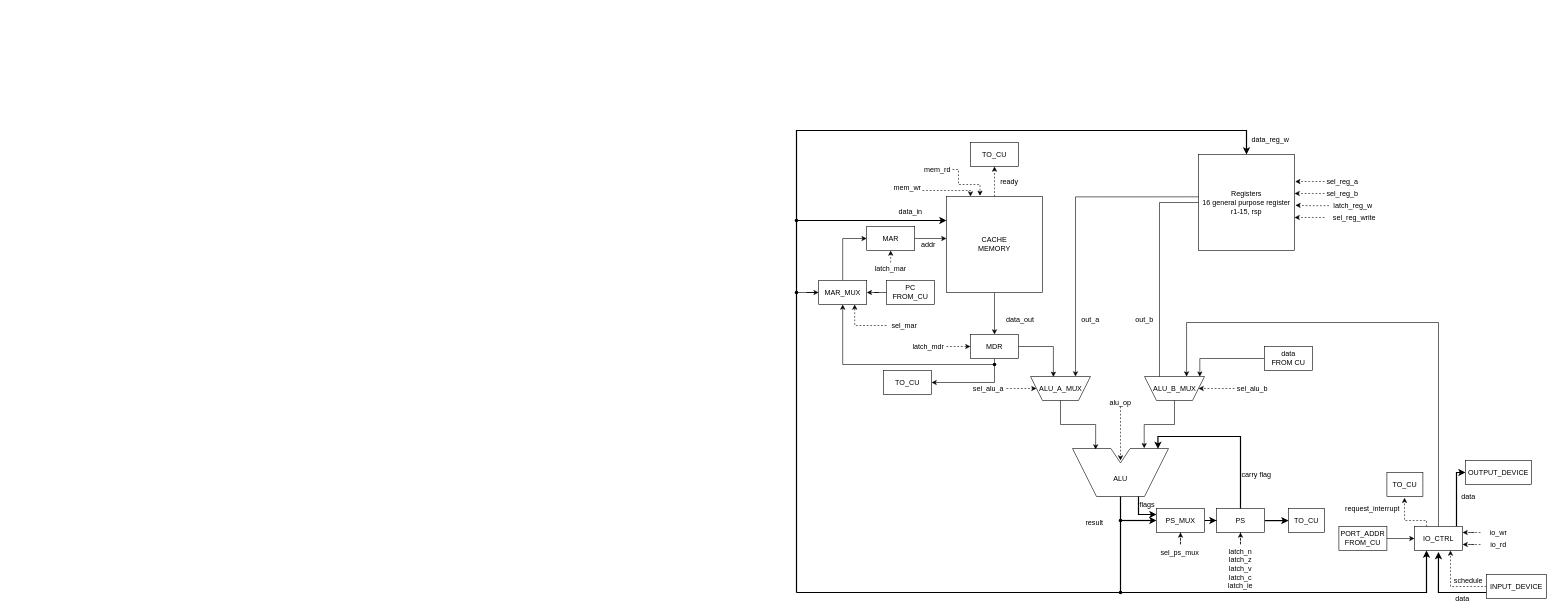
Above: docs/scheme.drawio in Miwm64/ailurus (draw.io), before the change. Source tidied: cells renumbered, new cells numbered last; positions are measured from the earlier drawing's top-left corner, leaving out a move shared by most shapes. Both pictures are drawn from the tidied source at 60%, with x=0, y=0 at pixel (790, 130).
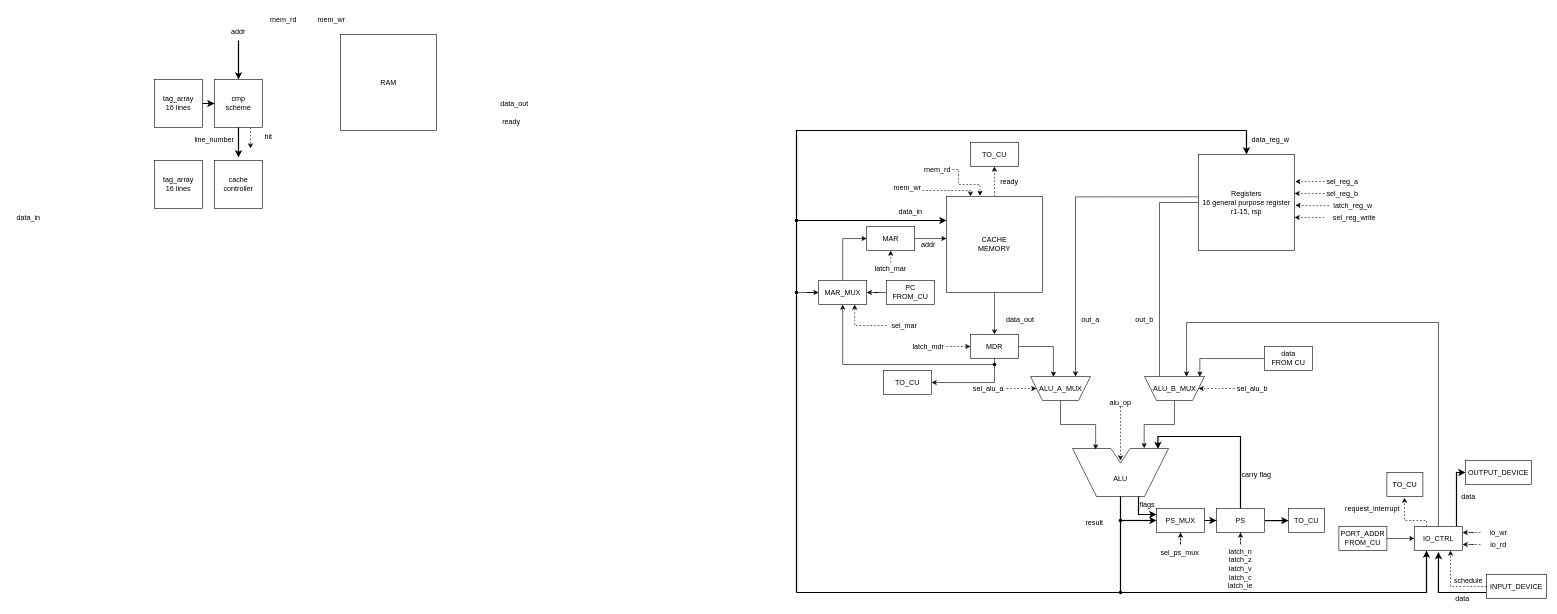
After the change.

Commit message:
docs: init cache scheme

Diff of the diagram source:
```diff
@@
+    <mxCell id="111" value="data_in" style="text;html=1;whiteSpace=wrap;strokeColor=none;fillColor=none;align=center;verticalAlign=middle;rounded=0;" parent="1" vertex="1">
+      <mxGeometry x="-1300" y="130" width="60" height="30" as="geometry" />
+    </mxCell>
+    <mxCell id="112" style="edgeStyle=orthogonalEdgeStyle;rounded=0;jettySize=auto;html=1;entryX=0.5;entryY=0;entryDx=0;entryDy=0;strokeWidth=2;" parent="1" edge="1" source="113" target="122">
+      <mxGeometry relative="1" as="geometry" />
+    </mxCell>
+    <mxCell id="113" value="addr" style="text;html=1;whiteSpace=wrap;strokeColor=none;fillColor=none;align=center;verticalAlign=middle;rounded=0;" parent="1" vertex="1">
+      <mxGeometry x="-950" y="-180" width="60" height="30" as="geometry" />
+    </mxCell>
+    <mxCell id="114" value="mem_rd" style="text;html=1;whiteSpace=wrap;strokeColor=none;fillColor=none;align=center;verticalAlign=middle;rounded=0;" parent="1" vertex="1">
+      <mxGeometry x="-870" y="-200" width="50" height="30" as="geometry" />
+    </mxCell>
+    <mxCell id="115" value="mem_wr" style="text;html=1;whiteSpace=wrap;strokeColor=none;fillColor=none;align=center;verticalAlign=middle;rounded=0;" parent="1" vertex="1">
+      <mxGeometry x="-790" y="-200" width="50" height="30" as="geometry" />
+    </mxCell>
+    <mxCell id="116" value="ready" style="text;html=1;whiteSpace=wrap;strokeColor=none;fillColor=none;align=center;verticalAlign=middle;rounded=0;" parent="1" vertex="1">
+      <mxGeometry x="-490" y="-30" width="50" height="30" as="geometry" />
+    </mxCell>
+    <mxCell id="117" value="data_out" style="text;html=1;whiteSpace=wrap;strokeColor=none;fillColor=none;align=center;verticalAlign=middle;rounded=0;" parent="1" vertex="1">
+      <mxGeometry x="-490" y="-60" width="60" height="30" as="geometry" />
+    </mxCell>
+    <mxCell id="118" value="&lt;div&gt;RAM&lt;/div&gt;" style="rounded=0;whiteSpace=wrap;html=1;" parent="1" vertex="1">
+      <mxGeometry x="-750" y="-160" width="160" height="160" as="geometry" />
+    </mxCell>
+    <mxCell id="119" style="edgeStyle=orthogonalEdgeStyle;rounded=0;jettySize=auto;html=1;entryX=0;entryY=0.5;entryDx=0;entryDy=0;strokeWidth=2;" parent="1" edge="1" source="120" target="122">
+      <mxGeometry relative="1" as="geometry" />
+    </mxCell>
+    <mxCell id="120" value="&lt;div&gt;tag_array&lt;/div&gt;&lt;div&gt;16 lines&lt;/div&gt;" style="rounded=0;whiteSpace=wrap;html=1;" parent="1" vertex="1">
+      <mxGeometry x="-1060" y="-85" width="80" height="80" as="geometry" />
+    </mxCell>
+    <mxCell id="121" style="edgeStyle=orthogonalEdgeStyle;rounded=0;jettySize=auto;html=1;dashed=1;exitX=0.75;exitY=1;exitDx=0;exitDy=0;" parent="1" edge="1" source="122">
+      <mxGeometry relative="1" as="geometry">
+        <mxPoint x="-900" y="30" as="targetPoint" />
+        <Array as="points">
+          <mxPoint x="-900" y="30" />
+        </Array>
+      </mxGeometry>
+    </mxCell>
+    <mxCell id="122" value="&lt;div&gt;cmp&lt;/div&gt;&lt;div&gt;scheme&lt;/div&gt;" style="rounded=0;whiteSpace=wrap;html=1;" parent="1" vertex="1">
+      <mxGeometry x="-960" y="-85" width="80" height="80" as="geometry" />
+    </mxCell>
+    <mxCell id="123" style="edgeStyle=orthogonalEdgeStyle;rounded=0;jettySize=auto;html=1;exitX=0.5;exitY=1;exitDx=0;exitDy=0;strokeWidth=2;" parent="1" edge="1" source="122">
+      <mxGeometry relative="1" as="geometry">
+        <mxPoint x="-920" y="45" as="targetPoint" />
+      </mxGeometry>
+    </mxCell>
+    <mxCell id="124" value="line_number" style="text;html=1;whiteSpace=wrap;strokeColor=none;fillColor=none;align=center;verticalAlign=middle;rounded=0;" parent="1" vertex="1">
+      <mxGeometry x="-990" width="60" height="30" as="geometry" />
+    </mxCell>
+    <mxCell id="125" value="hit" style="text;html=1;whiteSpace=wrap;strokeColor=none;fillColor=none;align=center;verticalAlign=middle;rounded=0;" parent="1" vertex="1">
+      <mxGeometry x="-890" y="-5" width="40" height="30" as="geometry" />
+    </mxCell>
+    <mxCell id="126" value="&lt;div&gt;tag_array&lt;/div&gt;&lt;div&gt;16 lines&lt;/div&gt;" style="rounded=0;whiteSpace=wrap;html=1;" parent="1" vertex="1">
+      <mxGeometry x="-1060" y="50" width="80" height="80" as="geometry" />
+    </mxCell>
+    <mxCell id="127" value="&lt;div&gt;cache&lt;/div&gt;&lt;div&gt;controller&lt;/div&gt;" style="rounded=0;whiteSpace=wrap;html=1;" parent="1" vertex="1">
+      <mxGeometry x="-960" y="50" width="80" height="80" as="geometry" />
+    </mxCell>
```
